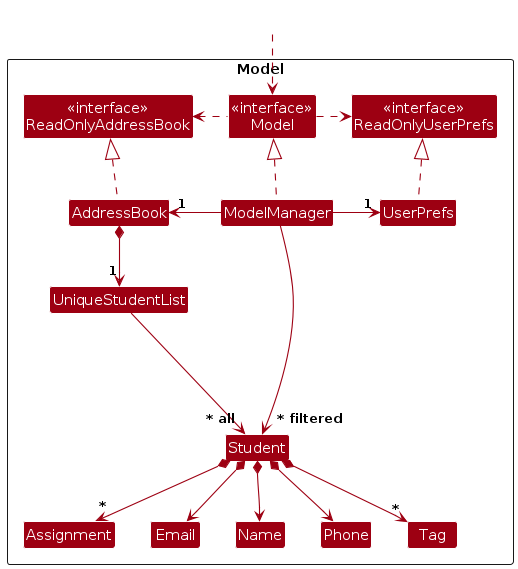
AY2425S1-CS2103-F11-1/tp keeps this PlantUML diagram as diagrams/ModelClassDiagram.png. Above is the earlier version. Its source is kept beside it as diagrams/ModelClassDiagram.puml. Source of this version:
```plantuml
@startuml
!include style.puml
skinparam arrowThickness 1.1
skinparam arrowColor MODEL_COLOR
skinparam classBackgroundColor MODEL_COLOR

Package Model as ModelPackage <<Rectangle>>{
Class "<<interface>>\nReadOnlyAddressBook" as ReadOnlyAddressBook
Class "<<interface>>\nReadOnlyUserPrefs" as ReadOnlyUserPrefs
Class "<<interface>>\nModel" as Model
Class AddressBook
Class ModelManager
Class UserPrefs

Class UniqueStudentList
Class Student
Class Assignment
Class Email
Class Name
Class Phone
Class Tag

Class I #FFFFFF
}

Class HiddenOutside #FFFFFF
HiddenOutside ..> Model

AddressBook .up.|> ReadOnlyAddressBook

ModelManager .up.|> Model
Model .right.> ReadOnlyUserPrefs
Model .left.> ReadOnlyAddressBook
ModelManager -left-> "1" AddressBook
ModelManager -right-> "1" UserPrefs
UserPrefs .up.|> ReadOnlyUserPrefs

AddressBook *--> "1" UniqueStudentList
UniqueStudentList --> "~* all" Student
Student *--> Name
Student *--> Phone
Student *--> "*" Assignment
Student *--> "*" Tag
Student *--> Email

Student -[hidden]up--> I
UniqueStudentList -[hidden]right-> I



ModelManager --> "~* filtered" Student
@enduml
```
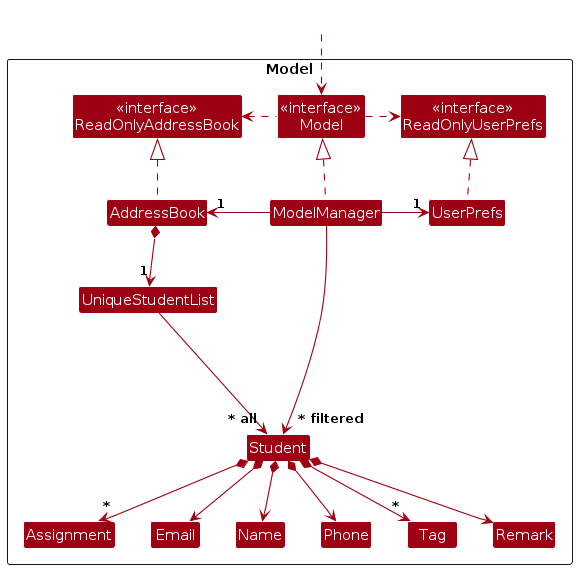
The same diagram one commit later.

Diff of the diagram source:
```diff
@@ -19,6 +19,7 @@
 Class Name
 Class Phone
 Class Tag
+class Remark
 
 Class I #FFFFFF
 }
@@ -42,6 +43,7 @@
 Student *--> "*" Assignment
 Student *--> "*" Tag
 Student *--> Email
+Student *--> Remark
 
 Student -[hidden]up--> I
 UniqueStudentList -[hidden]right-> I
```
